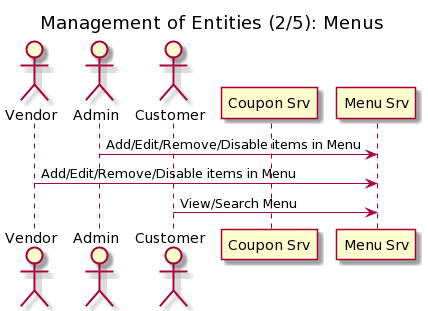
icedhacker/architecture-katas keeps this PlantUML diagram as sequence-diagrams/menu.png. Above is the earlier version. Its diagram source:
```plantuml
@startuml
title: Management of Entities (2/5): Menus

actor "Vendor" as V
actor "Admin" as A
actor "Customer" as U

participant "Coupon Srv" as C
participant "Menu Srv" as M

A -> M: Add/Edit/Remove/Disable items in Menu
V -> M: Add/Edit/Remove/Disable items in Menu
U -> M : View/Search Menu
@enduml
```
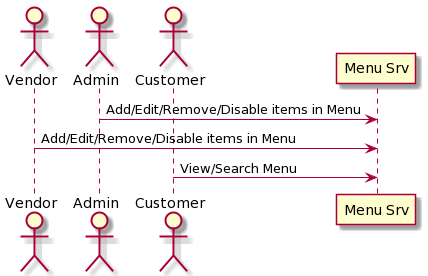
The same file after the commit.

Change to the diagram source:
```diff
@@ -1,11 +1,8 @@
 @startuml
-title: Management of Entities (2/5): Menus
-
 actor "Vendor" as V
 actor "Admin" as A
 actor "Customer" as U
 
-participant "Coupon Srv" as C
 participant "Menu Srv" as M
 
 A -> M: Add/Edit/Remove/Disable items in Menu
```
